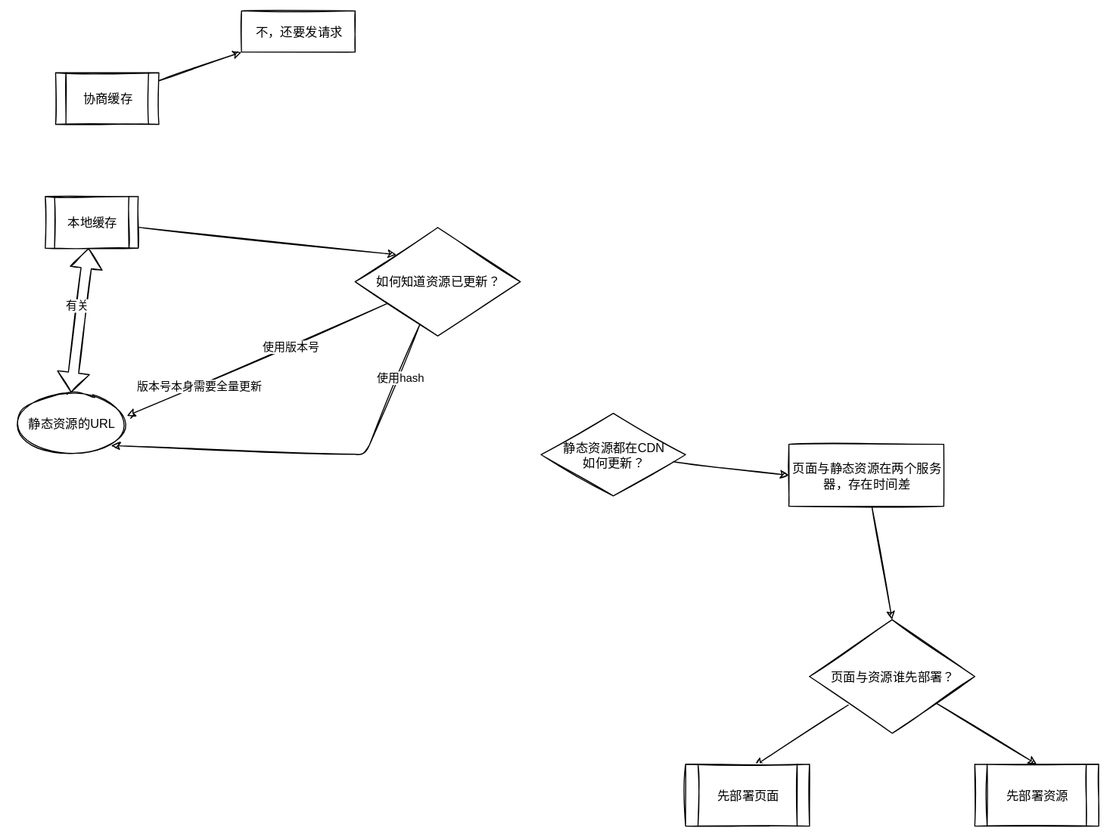
The draw.io diagram 笔记/前端/工程化/Untitled Diagram.svg in Echo-Yanglulu/obsidianPrivateNote, before a commit. Source tidied: cells renumbered, new cells last; positions are measured from the earlier drawing's top-left corner, leaving out a move shared by most shapes.
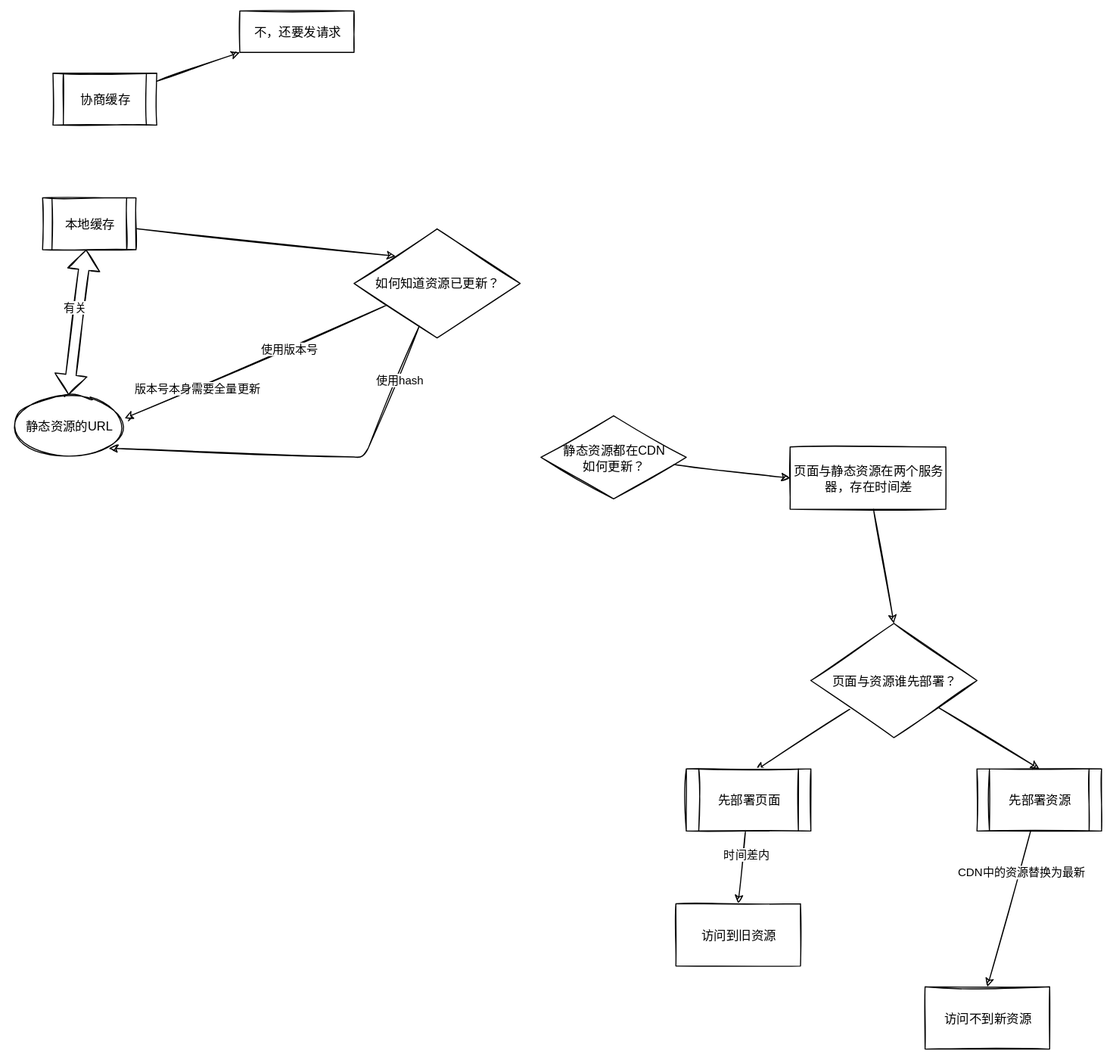
After the change.

Diff of the diagram source:
```diff
@@ -69,11 +69,29 @@
     <mxCell id="22" value="页面与资源谁先部署？" style="rhombus;whiteSpace=wrap;html=1;" parent="1" vertex="1">
       <mxGeometry x="770" y="590" width="160" height="110" as="geometry" />
     </mxCell>
+    <mxCell id="25" style="edgeStyle=none;html=1;entryX=0.5;entryY=0;entryDx=0;entryDy=0;" parent="1" edge="1" source="23" target="29">
+      <mxGeometry relative="1" as="geometry" />
+    </mxCell>
+    <mxCell id="26" value="时间差内" style="edgeLabel;html=1;align=center;verticalAlign=middle;" parent="25" vertex="1">
+      <mxGeometry x="-0.38" y="2" relative="1" as="geometry" />
+    </mxCell>
     <mxCell id="23" value="先部署页面" style="shape=process;whiteSpace=wrap;html=1;backgroundOutline=1;" parent="1" vertex="1">
       <mxGeometry x="650" y="730" width="120" height="60" as="geometry" />
     </mxCell>
+    <mxCell id="27" style="edgeStyle=none;html=1;entryX=0.5;entryY=0;entryDx=0;entryDy=0;" parent="1" edge="1" source="24" target="30">
+      <mxGeometry relative="1" as="geometry" />
+    </mxCell>
+    <mxCell id="28" value="CDN中的资源替换为最新" style="edgeLabel;html=1;align=center;verticalAlign=middle;" parent="27" vertex="1">
+      <mxGeometry x="-0.49" y="1" relative="1" as="geometry" />
+    </mxCell>
     <mxCell id="24" value="先部署资源" style="shape=process;whiteSpace=wrap;html=1;backgroundOutline=1;" parent="1" vertex="1">
       <mxGeometry x="930" y="730" width="120" height="60" as="geometry" />
     </mxCell>
+    <mxCell id="29" value="访问到旧资源" style="rounded=0;whiteSpace=wrap;html=1;" parent="1" vertex="1">
+      <mxGeometry x="640" y="860" width="120" height="60" as="geometry" />
+    </mxCell>
+    <mxCell id="30" value="访问不到新资源" style="rounded=0;whiteSpace=wrap;html=1;" parent="1" vertex="1">
+      <mxGeometry x="880" y="940" width="120" height="60" as="geometry" />
+    </mxCell>
   </root>
 </mxGraphModel>
```
